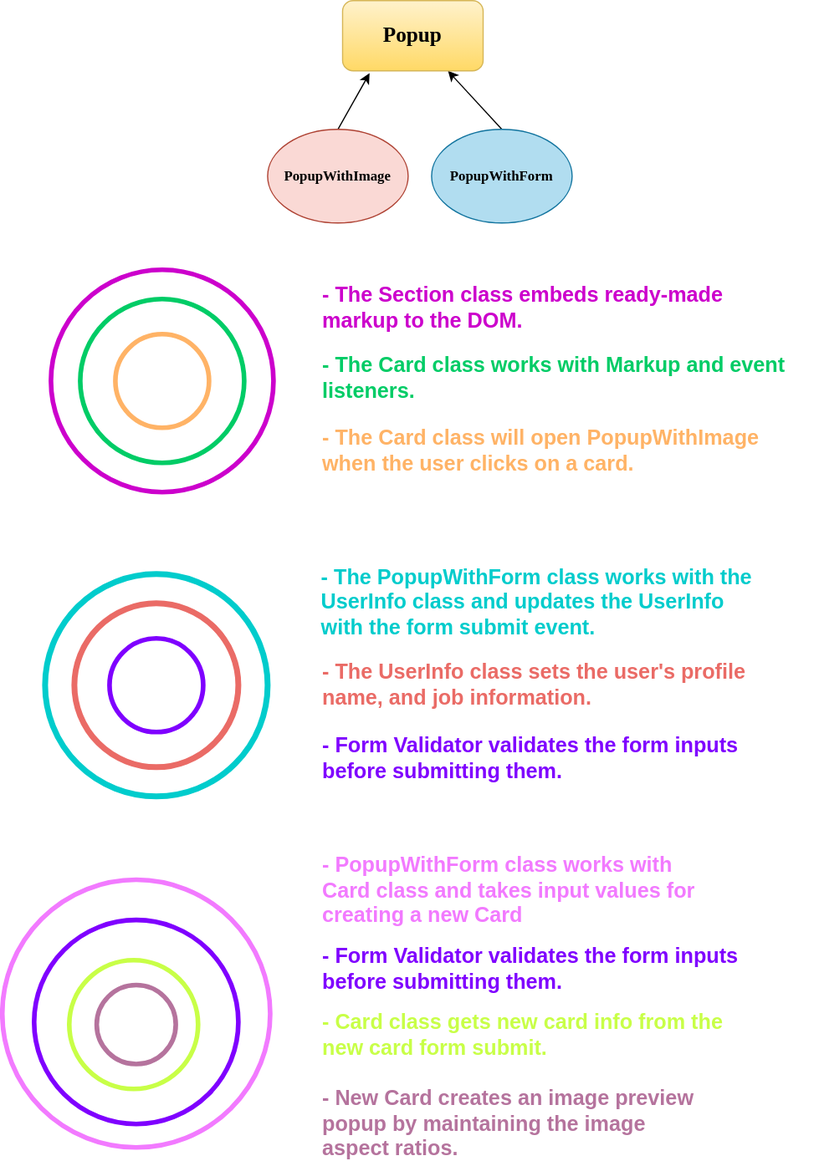
hulyak/web_project_4 keeps this draw.io diagram as src/images/diagram.svg. Above is the earlier version. Source tidied: cells renumbered, new cells last; positions are measured from the earlier drawing's top-left corner, leaving out a move shared by most shapes.
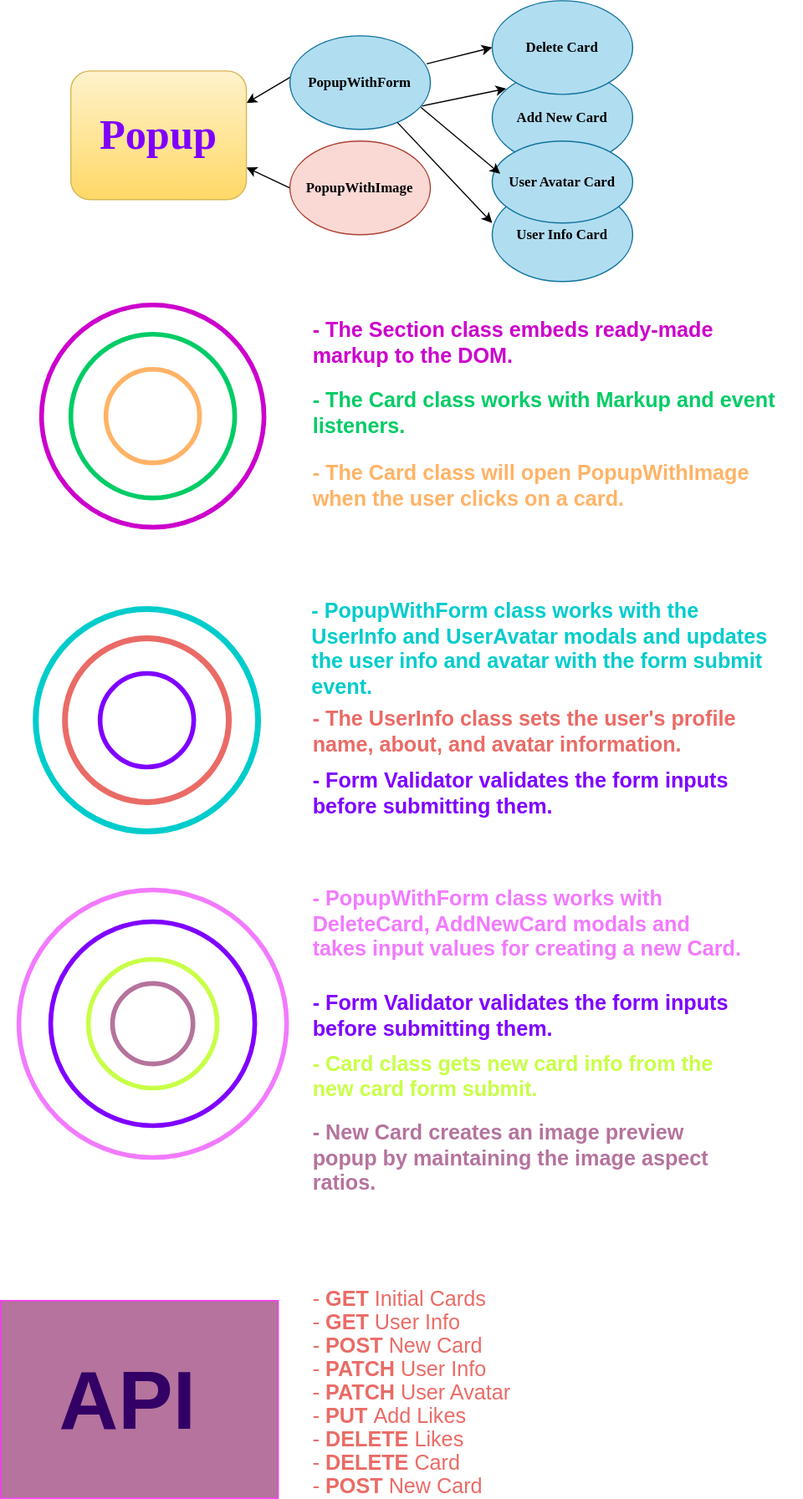
The same diagram one commit later.

Change to the diagram source:
```diff
@@ -2,12 +2,6 @@
   <root>
     <mxCell id="0" />
     <mxCell id="1" parent="0" />
-    <mxCell id="2" style="endArrow=classic;html=1;exitX=0.5;exitY=0;exitDx=0;exitDy=0;entryX=0.192;entryY=1.033;entryDx=0;entryDy=0;entryPerimeter=0;" parent="1" edge="1" source="11" target="10">
-      <mxGeometry relative="1" as="geometry" />
-    </mxCell>
-    <mxCell id="3" style="endArrow=classic;html=1;exitX=0.5;exitY=0;exitDx=0;exitDy=0;entryX=0.75;entryY=1;entryDx=0;entryDy=0;" parent="1" edge="1" source="12" target="10">
-      <mxGeometry relative="1" as="geometry" />
-    </mxCell>
     <mxCell id="4" style="ellipse;whiteSpace=wrap;html=1;align=center;fillColor=none;strokeColor=#CC00CC;strokeWidth=4;" parent="1" vertex="1">
       <mxGeometry x="42" y="230" width="190" height="190" as="geometry" />
     </mxCell>
@@ -26,26 +20,17 @@
     <mxCell id="9" value="&lt;h2&gt;&lt;font color=&quot;#ffb366&quot;&gt;- The Card class will open PopupWithImage when the user clicks on a card.&amp;nbsp;&lt;/font&gt;&lt;/h2&gt;" style="text;html=1;strokeColor=none;fillColor=none;align=left;verticalAlign=middle;whiteSpace=wrap;rounded=0;" parent="1" vertex="1">
       <mxGeometry x="272" y="360" width="420" height="50" as="geometry" />
     </mxCell>
-    <mxCell id="10" value="&lt;h2&gt;&lt;font face=&quot;Tahoma&quot;&gt;Popup&lt;/font&gt;&lt;/h2&gt;" style="rounded=1;whiteSpace=wrap;html=1;fillColor=#fff2cc;strokeColor=#d6b656;gradientColor=#ffd966;" parent="1" vertex="1">
-      <mxGeometry x="291" width="120" height="60" as="geometry" />
-    </mxCell>
-    <mxCell id="11" value="&lt;h4&gt;&lt;font face=&quot;Tahoma&quot;&gt;PopupWithImage&lt;/font&gt;&lt;/h4&gt;" style="ellipse;whiteSpace=wrap;html=1;fillColor=#fad9d5;strokeColor=#ae4132;" parent="1" vertex="1">
-      <mxGeometry x="227" y="110" width="120" height="80" as="geometry" />
-    </mxCell>
-    <mxCell id="12" value="&lt;h4&gt;&lt;font face=&quot;Tahoma&quot;&gt;PopupWithForm&lt;/font&gt;&lt;/h4&gt;" style="ellipse;whiteSpace=wrap;html=1;fillColor=#b1ddf0;strokeColor=#10739e;" parent="1" vertex="1">
-      <mxGeometry x="367" y="110" width="120" height="80" as="geometry" />
-    </mxCell>
     <mxCell id="13" style="ellipse;whiteSpace=wrap;html=1;strokeWidth=5;fillColor=none;strokeColor=#00CCCC;" parent="1" vertex="1">
       <mxGeometry x="37" y="490" width="190" height="190" as="geometry" />
     </mxCell>
     <mxCell id="14" style="ellipse;whiteSpace=wrap;html=1;strokeWidth=5;fillColor=none;strokeColor=#EA6B66;" parent="1" vertex="1">
       <mxGeometry x="62" y="515" width="140" height="140" as="geometry" />
     </mxCell>
-    <mxCell id="15" value="&lt;p style=&quot;line-height: 120%&quot;&gt;&lt;/p&gt;&lt;h2 style=&quot;text-align: left&quot;&gt;&lt;font color=&quot;#00cccc&quot;&gt;- The PopupWithForm class works with the UserInfo class and updates the UserInfo with the form submit event.&lt;/font&gt;&lt;/h2&gt;&lt;h2 style=&quot;text-align: left&quot;&gt;&amp;nbsp;&lt;/h2&gt;&lt;p&gt;&lt;/p&gt;" style="text;html=1;strokeColor=none;fillColor=none;align=center;verticalAlign=middle;whiteSpace=wrap;rounded=0;" parent="1" vertex="1">
-      <mxGeometry x="272" y="505" width="380" height="55" as="geometry" />
+    <mxCell id="15" value="&lt;p style=&quot;line-height: 120%&quot;&gt;&lt;/p&gt;&lt;h2 style=&quot;text-align: left&quot;&gt;&lt;font color=&quot;#00cccc&quot;&gt;- PopupWithForm class works with the UserInfo and UserAvatar modals and updates the user info and avatar with the form submit event.&lt;/font&gt;&lt;/h2&gt;&lt;h2 style=&quot;text-align: left&quot;&gt;&amp;nbsp;&lt;/h2&gt;&lt;p&gt;&lt;/p&gt;" style="text;html=1;strokeColor=none;fillColor=none;align=center;verticalAlign=middle;whiteSpace=wrap;rounded=0;" parent="1" vertex="1">
+      <mxGeometry x="272" y="515" width="410" height="55" as="geometry" />
     </mxCell>
-    <mxCell id="16" value="&lt;h2&gt;&lt;font color=&quot;#ea6b66&quot;&gt;- The UserInfo class sets the user's profile name, and job information.&lt;/font&gt;&lt;/h2&gt;" style="text;html=1;strokeColor=none;fillColor=none;align=left;verticalAlign=middle;whiteSpace=wrap;rounded=0;" parent="1" vertex="1">
-      <mxGeometry x="272" y="560" width="380" height="50" as="geometry" />
+    <mxCell id="16" value="&lt;h2&gt;&lt;font color=&quot;#ea6b66&quot;&gt;- The UserInfo class sets the user's profile name, about, and avatar information.&lt;/font&gt;&lt;/h2&gt;" style="text;html=1;strokeColor=none;fillColor=none;align=left;verticalAlign=middle;whiteSpace=wrap;rounded=0;" parent="1" vertex="1">
+      <mxGeometry x="272" y="570" width="380" height="50" as="geometry" />
     </mxCell>
     <mxCell id="17" style="ellipse;whiteSpace=wrap;html=1;fillColor=none;strokeWidth=4;strokeColor=#7F00FF;" parent="1" vertex="1">
       <mxGeometry x="92" y="545" width="80" height="80" as="geometry" />
@@ -54,28 +39,101 @@
       <mxGeometry x="272" y="625" width="380" height="45" as="geometry" />
     </mxCell>
     <mxCell id="19" style="ellipse;whiteSpace=wrap;html=1;strokeWidth=4;fillColor=none;strokeColor=#B5739D;" parent="1" vertex="1">
-      <mxGeometry x="81.1" y="841.2" width="67.5" height="67.5" as="geometry" />
+      <mxGeometry x="102.6" y="810" width="68.8" height="68.8" as="geometry" />
     </mxCell>
     <mxCell id="20" style="ellipse;whiteSpace=wrap;html=1;strokeWidth=4;fillColor=none;strokeColor=#C8FF47;" parent="1" vertex="1">
-      <mxGeometry x="57.6" y="820" width="110" height="110" as="geometry" />
+      <mxGeometry x="82" y="789.4" width="110" height="110" as="geometry" />
     </mxCell>
     <mxCell id="21" style="ellipse;whiteSpace=wrap;html=1;strokeWidth=4;fillColor=none;strokeColor=#F27AFF;" parent="1" vertex="1">
-      <mxGeometry x="0.4" y="751.2" width="228.8" height="228.8" as="geometry" />
+      <mxGeometry x="22.6" y="730" width="228.8" height="228.8" as="geometry" />
     </mxCell>
-    <mxCell id="22" value="&lt;h4&gt;&lt;font style=&quot;font-size: 18px&quot; color=&quot;#f27aff&quot;&gt;- PopupWithForm class works with Card class and takes input values for creating a new Card&lt;/font&gt;&lt;/h4&gt;" style="text;html=1;strokeColor=none;fillColor=none;align=left;verticalAlign=middle;whiteSpace=wrap;rounded=0;" parent="1" vertex="1">
-      <mxGeometry x="272" y="751.2" width="340" height="20" as="geometry" />
+    <mxCell id="22" value="&lt;h4&gt;&lt;font style=&quot;font-size: 18px&quot; color=&quot;#f27aff&quot;&gt;- PopupWithForm class works with DeleteCard, AddNewCard modals and takes input values for creating a new Card.&lt;/font&gt;&lt;/h4&gt;" style="text;html=1;strokeColor=none;fillColor=none;align=left;verticalAlign=middle;whiteSpace=wrap;rounded=0;" parent="1" vertex="1">
+      <mxGeometry x="272" y="715" width="375" height="90" as="geometry" />
     </mxCell>
     <mxCell id="23" value="&lt;h4&gt;&lt;b&gt;&lt;font style=&quot;font-size: 18px&quot; color=&quot;#c8ff47&quot;&gt;- Card class gets new card info from the new card form submit.&lt;/font&gt;&lt;/b&gt;&lt;/h4&gt;" style="text;html=1;strokeColor=none;fillColor=none;align=left;verticalAlign=middle;whiteSpace=wrap;rounded=0;" parent="1" vertex="1">
-      <mxGeometry x="272" y="858.8" width="360" height="50" as="geometry" />
+      <mxGeometry x="272" y="860" width="365" height="60" as="geometry" />
     </mxCell>
     <mxCell id="24" style="ellipse;whiteSpace=wrap;html=1;fillColor=none;strokeWidth=4;strokeColor=#7F00FF;" parent="1" vertex="1">
-      <mxGeometry x="27.6" y="785.6" width="174.4" height="174.4" as="geometry" />
+      <mxGeometry x="49.8" y="757.2" width="174.4" height="174.4" as="geometry" />
     </mxCell>
     <mxCell id="25" value="&lt;h4&gt;&lt;font style=&quot;font-size: 18px&quot; color=&quot;#7f00ff&quot;&gt;&lt;b&gt;- Form Validator validates the form inputs before submitting them.&lt;/b&gt;&lt;/font&gt;&lt;/h4&gt;" style="text;html=1;strokeColor=none;fillColor=none;align=left;verticalAlign=middle;whiteSpace=wrap;rounded=0;" parent="1" vertex="1">
-      <mxGeometry x="272" y="805" width="380" height="45" as="geometry" />
+      <mxGeometry x="272" y="815" width="380" height="45" as="geometry" />
     </mxCell>
     <mxCell id="26" value="&lt;font size=&quot;1&quot; color=&quot;#b5739d&quot;&gt;&lt;b style=&quot;font-size: 18px&quot;&gt;- New Card creates an image preview popup by maintaining the image aspect ratios.&lt;/b&gt;&lt;/font&gt;" style="text;html=1;strokeColor=none;fillColor=none;align=left;verticalAlign=middle;whiteSpace=wrap;rounded=0;" parent="1" vertex="1">
-      <mxGeometry x="272" y="940" width="336" height="40" as="geometry" />
+      <mxGeometry x="272" y="930" width="365" height="60" as="geometry" />
     </mxCell>
+    <mxCell id="27" value="&lt;h1&gt;&lt;font style=&quot;font-size: 70px&quot; color=&quot;#330066&quot;&gt;API&amp;nbsp;&lt;/font&gt;&lt;/h1&gt;" style="rounded=0;whiteSpace=wrap;html=1;strokeColor=#FF33FF;fillColor=#B5739D;" parent="1" vertex="1">
+      <mxGeometry x="7" y="1081" width="237.2" height="169" as="geometry" />
+    </mxCell>
+    <mxCell id="28" value="&lt;font style=&quot;font-size: 18px&quot; color=&quot;#ea6b66&quot;&gt;- &lt;b&gt;GET&lt;/b&gt; Initial Cards&lt;/font&gt;" style="text;html=1;strokeColor=none;fillColor=none;align=left;verticalAlign=middle;whiteSpace=wrap;rounded=0;" parent="1" vertex="1">
+      <mxGeometry x="272" y="1070" width="240" height="20" as="geometry" />
+    </mxCell>
+    <mxCell id="29" value="&lt;font color=&quot;#ea6b66&quot; style=&quot;font-size: 18px&quot;&gt;&lt;span&gt;- &lt;b&gt;GET&lt;/b&gt; User Info&lt;/span&gt;&lt;/font&gt;" style="text;html=1;strokeColor=none;fillColor=none;align=left;verticalAlign=middle;whiteSpace=wrap;rounded=0;" parent="1" vertex="1">
+      <mxGeometry x="272" y="1090" width="240" height="20" as="geometry" />
+    </mxCell>
+    <mxCell id="30" value="&lt;font style=&quot;font-size: 18px&quot; color=&quot;#ea6b66&quot;&gt;- &lt;b&gt;POST&lt;/b&gt;&amp;nbsp;New Card&lt;/font&gt;" style="text;html=1;strokeColor=none;fillColor=none;align=left;verticalAlign=middle;whiteSpace=wrap;rounded=0;" parent="1" vertex="1">
+      <mxGeometry x="272" y="1110" width="240" height="20" as="geometry" />
+    </mxCell>
+    <mxCell id="31" value="&lt;font style=&quot;font-size: 18px&quot; color=&quot;#ea6b66&quot;&gt;- &lt;b&gt;PATCH&lt;/b&gt;&amp;nbsp;User Info&lt;/font&gt;" style="text;html=1;strokeColor=none;fillColor=none;align=left;verticalAlign=middle;whiteSpace=wrap;rounded=0;" parent="1" vertex="1">
+      <mxGeometry x="272" y="1130" width="240" height="20" as="geometry" />
+    </mxCell>
+    <mxCell id="32" value="&lt;font style=&quot;font-size: 18px&quot; color=&quot;#ea6b66&quot;&gt;- &lt;b&gt;PATCH &lt;/b&gt;User Avatar&amp;nbsp;&lt;/font&gt;" style="text;html=1;strokeColor=none;fillColor=none;align=left;verticalAlign=middle;whiteSpace=wrap;rounded=0;" parent="1" vertex="1">
+      <mxGeometry x="272" y="1150" width="240" height="20" as="geometry" />
+    </mxCell>
+    <mxCell id="33" value="&lt;font color=&quot;#ea6b66&quot; style=&quot;font-size: 18px&quot;&gt;&lt;span&gt;- &lt;b&gt;PUT&lt;/b&gt;&amp;nbsp;Add Likes&lt;/span&gt;&lt;/font&gt;" style="text;html=1;strokeColor=none;fillColor=none;align=left;verticalAlign=middle;whiteSpace=wrap;rounded=0;" parent="1" vertex="1">
+      <mxGeometry x="272" y="1170" width="240" height="20" as="geometry" />
+    </mxCell>
+    <mxCell id="34" value="&lt;font style=&quot;font-size: 18px&quot; color=&quot;#ea6b66&quot;&gt;-&amp;nbsp;&lt;b&gt;DELETE&lt;/b&gt; Likes&amp;nbsp;&lt;/font&gt;" style="text;html=1;strokeColor=none;fillColor=none;align=left;verticalAlign=middle;whiteSpace=wrap;rounded=0;" parent="1" vertex="1">
+      <mxGeometry x="272" y="1190" width="240" height="20" as="geometry" />
+    </mxCell>
+    <mxCell id="35" value="&lt;font color=&quot;#ea6b66&quot; style=&quot;font-size: 18px&quot;&gt;&lt;span&gt;- &lt;b&gt;DELETE&lt;/b&gt; Card&lt;/span&gt;&lt;/font&gt;" style="text;html=1;strokeColor=none;fillColor=none;align=left;verticalAlign=middle;whiteSpace=wrap;rounded=0;" parent="1" vertex="1">
+      <mxGeometry x="272" y="1210" width="240" height="20" as="geometry" />
+    </mxCell>
+    <mxCell id="36" value="&lt;font color=&quot;#ea6b66&quot; style=&quot;font-size: 18px&quot;&gt;&lt;span&gt;- &lt;b&gt;POST&lt;/b&gt; New Card&lt;/span&gt;&lt;/font&gt;" style="text;html=1;strokeColor=none;fillColor=none;align=left;verticalAlign=middle;whiteSpace=wrap;rounded=0;" parent="1" vertex="1">
+      <mxGeometry x="272" y="1230" width="240" height="20" as="geometry" />
+    </mxCell>
+    <mxCell id="2" style="endArrow=classic;html=1;exitX=0;exitY=0.5;exitDx=0;exitDy=0;entryX=1;entryY=0.75;entryDx=0;entryDy=0;" parent="1" edge="1" source="11" target="10">
+      <mxGeometry relative="1" as="geometry" />
+    </mxCell>
+    <mxCell id="3" style="endArrow=classic;html=1;exitX=0.5;exitY=0;exitDx=0;exitDy=0;entryX=1;entryY=0.25;entryDx=0;entryDy=0;" parent="1" edge="1" source="12" target="10">
+      <mxGeometry relative="1" as="geometry" />
+    </mxCell>
+    <mxCell id="10" value="&lt;h2&gt;&lt;font face=&quot;Tahoma&quot; style=&quot;font-size: 36px&quot; color=&quot;#7f00ff&quot;&gt;Popup&lt;/font&gt;&lt;/h2&gt;" style="rounded=1;whiteSpace=wrap;html=1;fillColor=#fff2cc;strokeColor=#d6b656;gradientColor=#ffd966;" parent="1" vertex="1">
+      <mxGeometry x="67" y="30" width="150" height="110" as="geometry" />
+    </mxCell>
+    <mxCell id="11" value="&lt;h4&gt;&lt;font face=&quot;Tahoma&quot;&gt;PopupWithImage&lt;/font&gt;&lt;/h4&gt;" style="ellipse;whiteSpace=wrap;html=1;fillColor=#fad9d5;strokeColor=#ae4132;" parent="1" vertex="1">
+      <mxGeometry x="254.2" y="90" width="120" height="80" as="geometry" />
+    </mxCell>
+    <mxCell id="12" value="&lt;h4&gt;&lt;font face=&quot;Tahoma&quot;&gt;PopupWithForm&lt;/font&gt;&lt;/h4&gt;" style="ellipse;whiteSpace=wrap;html=1;fillColor=#b1ddf0;strokeColor=#10739e;" parent="1" vertex="1">
+      <mxGeometry x="254.2" width="120" height="80" as="geometry" />
+    </mxCell>
+    <mxCell id="37" value="&lt;h4&gt;&lt;font face=&quot;Tahoma&quot;&gt;Add New Card&lt;/font&gt;&lt;/h4&gt;" style="ellipse;whiteSpace=wrap;html=1;fillColor=#b1ddf0;strokeColor=#10739e;" parent="1" vertex="1">
+      <mxGeometry x="427" y="30" width="120" height="80" as="geometry" />
+    </mxCell>
+    <mxCell id="38" value="&lt;h4&gt;&lt;font face=&quot;Tahoma&quot;&gt;Delete Card&lt;/font&gt;&lt;/h4&gt;" style="ellipse;whiteSpace=wrap;html=1;fillColor=#b1ddf0;strokeColor=#10739e;" parent="1" vertex="1">
+      <mxGeometry x="427" y="-30" width="120" height="80" as="geometry" />
+    </mxCell>
+    <mxCell id="39" style="endArrow=classic;html=1;exitX=0.973;exitY=0.3;exitDx=0;exitDy=0;exitPerimeter=0;entryX=0;entryY=0.5;entryDx=0;entryDy=0;" parent="1" edge="1" source="12" target="38">
+      <mxGeometry relative="1" as="geometry" />
+    </mxCell>
+    <mxCell id="40" style="endArrow=classic;html=1;exitX=0.94;exitY=0.75;exitDx=0;exitDy=0;exitPerimeter=0;entryX=0.1;entryY=0.188;entryDx=0;entryDy=0;entryPerimeter=0;" parent="1" edge="1" source="12" target="37">
+      <mxGeometry relative="1" as="geometry" />
+    </mxCell>
+    <mxCell id="41" style="endArrow=classic;html=1;" parent="1" edge="1" source="12">
+      <mxGeometry relative="1" as="geometry">
+        <mxPoint x="427" y="160" as="targetPoint" />
+      </mxGeometry>
+    </mxCell>
+    <mxCell id="42" value="&lt;h4&gt;&lt;font face=&quot;Tahoma&quot;&gt;User Info Card&lt;/font&gt;&lt;/h4&gt;" style="ellipse;whiteSpace=wrap;html=1;fillColor=#b1ddf0;strokeColor=#10739e;" parent="1" vertex="1">
+      <mxGeometry x="427" y="130" width="120" height="80" as="geometry" />
+    </mxCell>
+    <mxCell id="43" value="&lt;h4&gt;&lt;font face=&quot;Tahoma&quot;&gt;User Avatar Card&lt;/font&gt;&lt;/h4&gt;" style="ellipse;whiteSpace=wrap;html=1;fillColor=#b1ddf0;strokeColor=#10739e;" parent="1" vertex="1">
+      <mxGeometry x="427" y="90" width="120" height="70" as="geometry" />
+    </mxCell>
+    <mxCell id="44" style="endArrow=classic;html=1;exitX=0.932;exitY=0.763;exitDx=0;exitDy=0;exitPerimeter=0;" parent="1" edge="1" source="12">
+      <mxGeometry relative="1" as="geometry">
+        <mxPoint x="433.9" y="117.9" as="targetPoint" />
+      </mxGeometry>
+    </mxCell>
   </root>
 </mxGraphModel>
```
